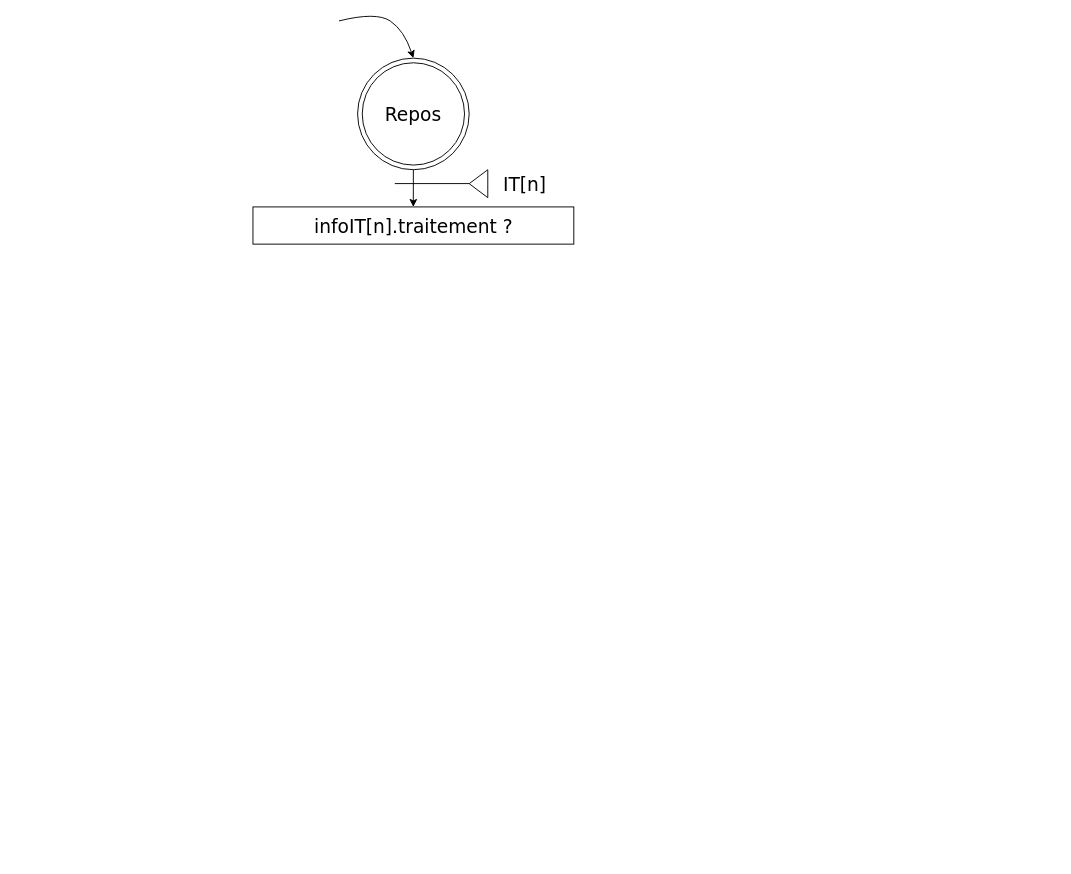
This is report/drawio/spec_fonc_1.drawio from FromagePatin/controller_IT, a draw.io file, before an edit. Source tidied: cells renumbered, new cells numbered last; positions are measured from the earlier drawing's top-left corner, leaving out a move shared by most shapes. Both pictures are drawn from the tidied source at 93%, with x=0, y=0 at pixel (253, 11).
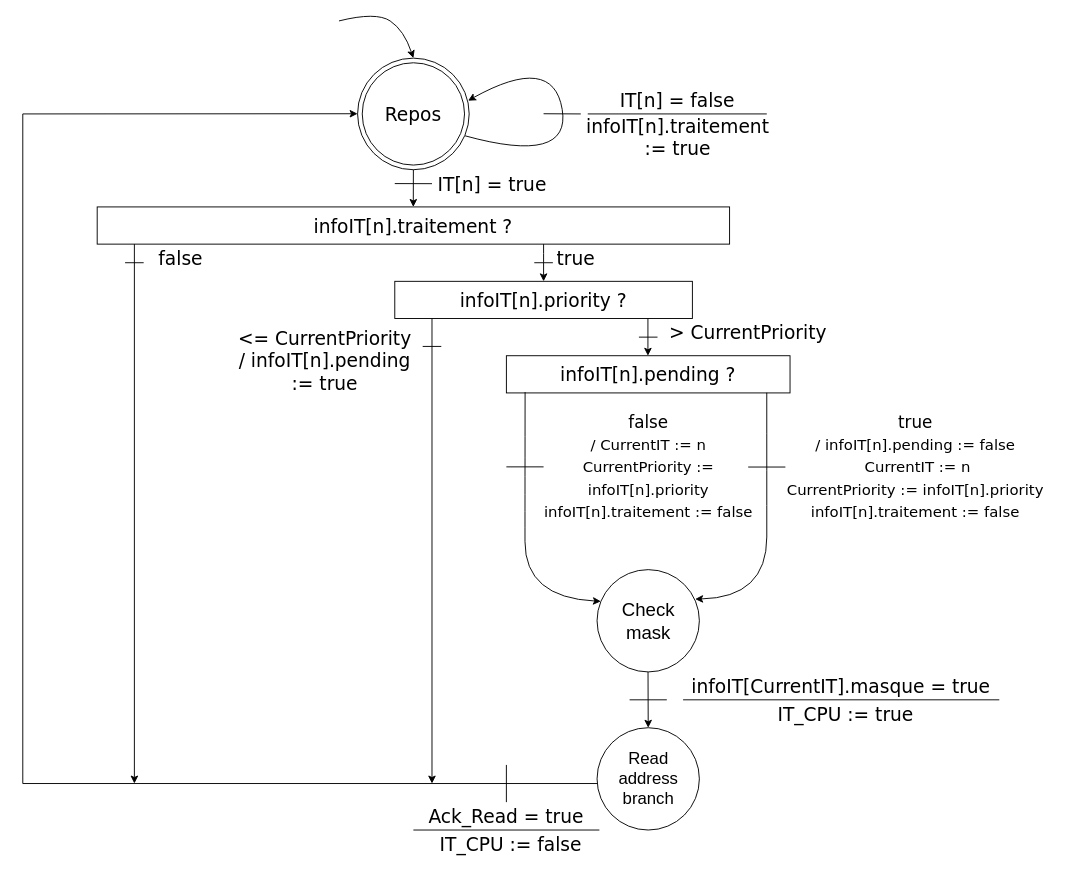
The same page after the edit.

The change refers to these unchanged cells:
```xml
<mxCell id="2" style="ellipse;whiteSpace=wrap;html=1;" parent="1" vertex="1">
  <mxGeometry x="112" y="50" width="120" height="120" as="geometry" />
</mxCell>
```

What changed in the source:
```diff
@@
     <mxCell id="5" value="infoIT[n].traitement ?" style="rounded=0;whiteSpace=wrap;html=1;fontFamily=Verdana;fontSize=20;" parent="1" vertex="1">
-      <mxGeometry x="-0.5" y="210" width="345" height="40" as="geometry" />
+      <mxGeometry x="-168" y="210" width="680" height="40" as="geometry" />
     </mxCell>
@@
     <mxCell id="7" style="endArrow=none;html=1;rounded=0;fontFamily=Verdana;fontSize=20;" parent="1" edge="1">
       <mxGeometry relative="1" as="geometry">
         <mxPoint x="152" y="184.9" as="sourcePoint" />
-        <mxPoint x="232" y="184.9" as="targetPoint" />
+        <mxPoint x="192" y="185" as="targetPoint" />
       </mxGeometry>
     </mxCell>
-    <mxCell id="8" style="triangle;whiteSpace=wrap;html=1;fontFamily=Verdana;fontSize=20;direction=west;" parent="1" vertex="1">
-      <mxGeometry x="232" y="170" width="20" height="30" as="geometry" />
-    </mxCell>
-    <mxCell id="9" value="IT[n]" style="text;html=1;strokeColor=none;fillColor=none;align=center;verticalAlign=middle;whiteSpace=wrap;rounded=0;fontFamily=Verdana;fontSize=20;" parent="1" vertex="1">
-      <mxGeometry x="262" y="170" width="60" height="30" as="geometry" />
+    <mxCell id="9" value="IT[n] = true" style="text;html=1;strokeColor=none;fillColor=none;align=center;verticalAlign=middle;whiteSpace=wrap;rounded=0;fontFamily=Verdana;fontSize=20;" parent="1" vertex="1">
+      <mxGeometry x="182" y="170" width="150" height="30" as="geometry" />
     </mxCell>
+    <mxCell id="10" style="endArrow=classic;html=1;rounded=0;" parent="1" edge="1">
+      <mxGeometry relative="1" as="geometry">
+        <mxPoint x="312" y="250" as="sourcePoint" />
+        <mxPoint x="312" y="290" as="targetPoint" />
+        <Array as="points">
+          <mxPoint x="312" y="260" />
+          <mxPoint x="312" y="270" />
+        </Array>
+      </mxGeometry>
+    </mxCell>
+    <mxCell id="11" style="endArrow=none;html=1;rounded=0;" parent="1" edge="1">
+      <mxGeometry relative="1" as="geometry">
+        <mxPoint x="302" y="270" as="sourcePoint" />
+        <mxPoint x="322" y="270" as="targetPoint" />
+      </mxGeometry>
+    </mxCell>
+    <mxCell id="12" value="true" style="text;html=1;strokeColor=none;fillColor=none;align=center;verticalAlign=middle;whiteSpace=wrap;rounded=0;fontFamily=Verdana;fontSize=20;" parent="1" vertex="1">
+      <mxGeometry x="272" y="250" width="150" height="30" as="geometry" />
+    </mxCell>
+    <mxCell id="13" value="infoIT[n].priority ?" style="rounded=0;whiteSpace=wrap;html=1;fontFamily=Verdana;fontSize=20;" parent="1" vertex="1">
+      <mxGeometry x="152" y="290" width="320" height="40" as="geometry" />
+    </mxCell>
+    <mxCell id="14" style="endArrow=classic;html=1;rounded=0;" parent="1" edge="1">
+      <mxGeometry relative="1" as="geometry">
+        <mxPoint x="424.2" y="330" as="sourcePoint" />
+        <mxPoint x="424.2" y="370" as="targetPoint" />
+      </mxGeometry>
+    </mxCell>
+    <mxCell id="15" style="endArrow=none;html=1;rounded=0;" parent="1" edge="1">
+      <mxGeometry relative="1" as="geometry">
+        <mxPoint x="414.5" y="350" as="sourcePoint" />
+        <mxPoint x="434.5" y="350" as="targetPoint" />
+      </mxGeometry>
+    </mxCell>
+    <mxCell id="16" value="&amp;gt; CurrentPriority" style="text;html=1;strokeColor=none;fillColor=none;align=center;verticalAlign=middle;whiteSpace=wrap;rounded=0;fontFamily=Verdana;fontSize=20;" parent="1" vertex="1">
+      <mxGeometry x="432" y="330" width="200" height="30" as="geometry" />
+    </mxCell>
+    <mxCell id="17" value="infoIT[n].pending ?" style="rounded=0;whiteSpace=wrap;html=1;fontFamily=Verdana;fontSize=20;" parent="1" vertex="1">
+      <mxGeometry x="272" y="370" width="305" height="40" as="geometry" />
+    </mxCell>
+    <mxCell id="18" value="&lt;div&gt;&lt;font style=&quot;font-size: 18px;&quot;&gt;true&lt;/font&gt;&lt;/div&gt;&lt;div&gt;&lt;font size=&quot;3&quot;&gt;/ infoIT[n].pending := false&lt;/font&gt;&lt;/div&gt;&lt;div&gt;&lt;font size=&quot;3&quot;&gt;&amp;nbsp;CurrentIT := n&lt;/font&gt;&lt;/div&gt;&lt;div&gt;&lt;font size=&quot;3&quot;&gt;CurrentPriority := infoIT[n].priority&lt;/font&gt;&lt;/div&gt;&lt;div&gt;&lt;font size=&quot;3&quot;&gt;infoIT[n].traitement := false&lt;br&gt;&lt;/font&gt;&lt;/div&gt;&lt;div&gt;&lt;font size=&quot;3&quot;&gt;&lt;br&gt;&lt;/font&gt;&lt;/div&gt;" style="text;html=1;strokeColor=none;fillColor=none;align=center;verticalAlign=middle;whiteSpace=wrap;rounded=0;fontFamily=Verdana;fontSize=20;" parent="1" vertex="1">
+      <mxGeometry x="562" y="450" width="300" height="100" as="geometry" />
+    </mxCell>
+    <mxCell id="19" style="endArrow=none;html=1;rounded=0;" parent="1" edge="1">
+      <mxGeometry relative="1" as="geometry">
+        <mxPoint x="532" y="489.7" as="sourcePoint" />
+        <mxPoint x="572" y="489.7" as="targetPoint" />
+      </mxGeometry>
+    </mxCell>
+    <mxCell id="20" style="endArrow=none;html=1;rounded=0;" parent="1" edge="1">
+      <mxGeometry relative="1" as="geometry">
+        <mxPoint x="272" y="489.5" as="sourcePoint" />
+        <mxPoint x="312" y="489.5" as="targetPoint" />
+      </mxGeometry>
+    </mxCell>
+    <mxCell id="21" value="&lt;font style=&quot;font-size: 18px;&quot;&gt;false&lt;/font&gt;&lt;div&gt;&lt;font size=&quot;3&quot;&gt;/ CurrentIT := n&lt;/font&gt;&lt;/div&gt;&lt;div&gt;&lt;font size=&quot;3&quot;&gt;CurrentPriority := infoIT[n].priority&lt;/font&gt;&lt;/div&gt;&lt;div&gt;&lt;font size=&quot;3&quot;&gt;infoIT[n].traitement := false&lt;br&gt;&lt;/font&gt;&lt;/div&gt;&lt;div&gt;&lt;font size=&quot;3&quot;&gt;&lt;br&gt;&lt;/font&gt;&lt;/div&gt;" style="text;html=1;strokeColor=none;fillColor=none;align=center;verticalAlign=middle;whiteSpace=wrap;rounded=0;fontFamily=Verdana;fontSize=20;" parent="1" vertex="1">
+      <mxGeometry x="304.5" y="450" width="240" height="100" as="geometry" />
+    </mxCell>
+    <mxCell id="22" value="&lt;font style=&quot;font-size: 20px;&quot;&gt;Check&lt;br&gt;mask&lt;br&gt;&lt;/font&gt;" style="ellipse;whiteSpace=wrap;html=1;fontSize=18;" parent="1" vertex="1">
+      <mxGeometry x="369.5" y="600" width="110" height="110" as="geometry" />
+    </mxCell>
+    <mxCell id="23" style="curved=1;endArrow=classic;html=1;rounded=0;fontSize=18;entryX=0.037;entryY=0.31;entryDx=0;entryDy=0;entryPerimeter=0;exitX=0.066;exitY=0.978;exitDx=0;exitDy=0;exitPerimeter=0;" parent="1" edge="1" source="17" target="22">
+      <mxGeometry relative="1" as="geometry">
+        <Array as="points">
+          <mxPoint x="292" y="510" />
+          <mxPoint x="292" y="630" />
+        </Array>
+      </mxGeometry>
+    </mxCell>
+    <mxCell id="24" style="curved=1;endArrow=classic;html=1;rounded=0;fontSize=18;exitX=0.918;exitY=0.995;exitDx=0;exitDy=0;exitPerimeter=0;entryX=0.959;entryY=0.288;entryDx=0;entryDy=0;entryPerimeter=0;" parent="1" edge="1" source="17" target="22">
+      <mxGeometry relative="1" as="geometry">
+        <Array as="points">
+          <mxPoint x="552" y="500" />
+          <mxPoint x="552" y="630" />
+        </Array>
+      </mxGeometry>
+    </mxCell>
+    <mxCell id="25" value="Read&lt;br&gt;address&lt;br&gt;branch" style="ellipse;whiteSpace=wrap;html=1;fontSize=18;" parent="1" vertex="1">
+      <mxGeometry x="369.5" y="770" width="110" height="110" as="geometry" />
+    </mxCell>
+    <mxCell id="26" style="endArrow=classic;html=1;rounded=0;fontSize=20;entryX=0.5;entryY=0;entryDx=0;entryDy=0;" parent="1" edge="1" target="25">
+      <mxGeometry relative="1" as="geometry">
+        <mxPoint x="424.3" y="710" as="sourcePoint" />
+      </mxGeometry>
+    </mxCell>
+    <mxCell id="27" style="endArrow=none;html=1;rounded=0;" parent="1" edge="1">
+      <mxGeometry relative="1" as="geometry">
+        <mxPoint x="404.5" y="740" as="sourcePoint" />
+        <mxPoint x="444.5" y="740" as="targetPoint" />
+      </mxGeometry>
+    </mxCell>
+    <mxCell id="28" value="infoIT[CurrentIT].masque = true" style="text;html=1;strokeColor=none;fillColor=none;align=center;verticalAlign=middle;whiteSpace=wrap;rounded=0;fontFamily=Verdana;fontSize=20;" parent="1" vertex="1">
+      <mxGeometry x="452" y="710" width="360" height="30" as="geometry" />
+    </mxCell>
+    <mxCell id="29" style="endArrow=none;html=1;rounded=0;fontSize=20;" parent="1" edge="1">
+      <mxGeometry relative="1" as="geometry">
+        <mxPoint x="462" y="740" as="sourcePoint" />
+        <mxPoint x="802" y="740" as="targetPoint" />
+      </mxGeometry>
+    </mxCell>
+    <mxCell id="30" value="IT_CPU := true" style="text;html=1;strokeColor=none;fillColor=none;align=center;verticalAlign=middle;whiteSpace=wrap;rounded=0;fontFamily=Verdana;fontSize=20;" parent="1" vertex="1">
+      <mxGeometry x="457" y="740" width="360" height="30" as="geometry" />
+    </mxCell>
+    <mxCell id="31" style="endArrow=classic;html=1;rounded=0;fontSize=20;" parent="1" edge="1">
+      <mxGeometry relative="1" as="geometry">
+        <mxPoint x="-248" y="110" as="sourcePoint" />
+        <mxPoint x="112" y="109.8" as="targetPoint" />
+      </mxGeometry>
+    </mxCell>
+    <mxCell id="32" style="endArrow=none;html=1;rounded=0;fontSize=20;" parent="1" edge="1">
+      <mxGeometry relative="1" as="geometry">
+        <mxPoint x="-248" y="830" as="sourcePoint" />
+        <mxPoint x="-248" y="110" as="targetPoint" />
+      </mxGeometry>
+    </mxCell>
+    <mxCell id="33" style="endArrow=none;html=1;rounded=0;fontSize=20;" parent="1" edge="1">
+      <mxGeometry relative="1" as="geometry">
+        <mxPoint x="-248" y="830" as="sourcePoint" />
+        <mxPoint x="369.5" y="830" as="targetPoint" />
+      </mxGeometry>
+    </mxCell>
+    <mxCell id="34" style="endArrow=classic;html=1;rounded=0;fontSize=20;" parent="1" edge="1">
+      <mxGeometry relative="1" as="geometry">
+        <mxPoint x="192" y="330" as="sourcePoint" />
+        <mxPoint x="192" y="830" as="targetPoint" />
+      </mxGeometry>
+    </mxCell>
+    <mxCell id="35" value="&lt;div&gt;&amp;lt;= CurrentPriority&lt;/div&gt;&lt;div&gt;/ infoIT[n].pending := true&lt;br&gt;&lt;/div&gt;" style="text;html=1;strokeColor=none;fillColor=none;align=center;verticalAlign=middle;whiteSpace=wrap;rounded=0;fontFamily=Verdana;fontSize=20;" parent="1" vertex="1">
+      <mxGeometry x="-28" y="310" width="210" height="130" as="geometry" />
+    </mxCell>
+    <mxCell id="36" style="endArrow=none;html=1;rounded=0;fontSize=20;" parent="1" edge="1">
+      <mxGeometry relative="1" as="geometry">
+        <mxPoint x="182" y="360" as="sourcePoint" />
+        <mxPoint x="202" y="360" as="targetPoint" />
+        <Array as="points">
+          <mxPoint x="192" y="360" />
+        </Array>
+      </mxGeometry>
+    </mxCell>
+    <mxCell id="37" style="endArrow=classic;html=1;rounded=0;fontSize=20;" parent="1" edge="1">
+      <mxGeometry relative="1" as="geometry">
+        <mxPoint x="-128" y="250" as="sourcePoint" />
+        <mxPoint x="-128" y="830" as="targetPoint" />
+      </mxGeometry>
+    </mxCell>
+    <mxCell id="38" style="endArrow=none;html=1;rounded=0;fontSize=20;" parent="1" edge="1">
+      <mxGeometry relative="1" as="geometry">
+        <mxPoint x="-138" y="270" as="sourcePoint" />
+        <mxPoint x="-118" y="270" as="targetPoint" />
+      </mxGeometry>
+    </mxCell>
+    <mxCell id="39" value="false" style="text;html=1;strokeColor=none;fillColor=none;align=center;verticalAlign=middle;whiteSpace=wrap;rounded=0;fontFamily=Verdana;fontSize=20;" parent="1" vertex="1">
+      <mxGeometry x="-118" y="240" width="80" height="50" as="geometry" />
+    </mxCell>
+    <mxCell id="40" style="endArrow=none;html=1;rounded=0;" parent="1" edge="1">
+      <mxGeometry relative="1" as="geometry">
+        <mxPoint x="272" y="850" as="sourcePoint" />
+        <mxPoint x="272" y="810" as="targetPoint" />
+      </mxGeometry>
+    </mxCell>
+    <mxCell id="41" value="Ack_Read = true" style="text;html=1;strokeColor=none;fillColor=none;align=center;verticalAlign=middle;whiteSpace=wrap;rounded=0;fontFamily=Verdana;fontSize=20;" parent="1" vertex="1">
+      <mxGeometry x="92" y="850" width="360" height="30" as="geometry" />
+    </mxCell>
+    <mxCell id="42" style="endArrow=none;html=1;rounded=0;fontSize=20;" parent="1" edge="1">
+      <mxGeometry relative="1" as="geometry">
+        <mxPoint x="172" y="880" as="sourcePoint" />
+        <mxPoint x="372" y="880" as="targetPoint" />
+      </mxGeometry>
+    </mxCell>
+    <mxCell id="43" value="IT_CPU := false" style="text;html=1;strokeColor=none;fillColor=none;align=center;verticalAlign=middle;whiteSpace=wrap;rounded=0;fontFamily=Verdana;fontSize=20;" parent="1" vertex="1">
+      <mxGeometry x="97" y="880" width="360" height="30" as="geometry" />
+    </mxCell>
+    <mxCell id="44" style="curved=1;endArrow=classic;html=1;rounded=0;fontSize=20;entryX=0.99;entryY=0.381;entryDx=0;entryDy=0;entryPerimeter=0;exitX=0.963;exitY=0.696;exitDx=0;exitDy=0;exitPerimeter=0;" parent="1" edge="1" source="2" target="2">
+      <mxGeometry relative="1" as="geometry">
+        <Array as="points">
+          <mxPoint x="342" y="165" />
+          <mxPoint x="322" y="45" />
+        </Array>
+      </mxGeometry>
+    </mxCell>
+    <mxCell id="45" style="endArrow=none;html=1;rounded=0;fontFamily=Verdana;fontSize=20;" parent="1" edge="1">
+      <mxGeometry relative="1" as="geometry">
+        <mxPoint x="312" y="109.8" as="sourcePoint" />
+        <mxPoint x="352" y="110" as="targetPoint" />
+      </mxGeometry>
+    </mxCell>
+    <mxCell id="46" value="IT[n] = false" style="text;html=1;strokeColor=none;fillColor=none;align=center;verticalAlign=middle;whiteSpace=wrap;rounded=0;fontFamily=Verdana;fontSize=20;" parent="1" vertex="1">
+      <mxGeometry x="380.8" y="80" width="150" height="30" as="geometry" />
+    </mxCell>
+    <mxCell id="47" style="endArrow=none;html=1;rounded=0;fontSize=20;" parent="1" edge="1">
+      <mxGeometry relative="1" as="geometry">
+        <mxPoint x="359.5" y="110" as="sourcePoint" />
+        <mxPoint x="552" y="110" as="targetPoint" />
+      </mxGeometry>
+    </mxCell>
+    <mxCell id="48" value="infoIT[n].traitement := true" style="text;html=1;strokeColor=none;fillColor=none;align=center;verticalAlign=middle;whiteSpace=wrap;rounded=0;fontFamily=Verdana;fontSize=20;" parent="1" vertex="1">
+      <mxGeometry x="359.5" y="120" width="192.5" height="30" as="geometry" />
+    </mxCell>
```
